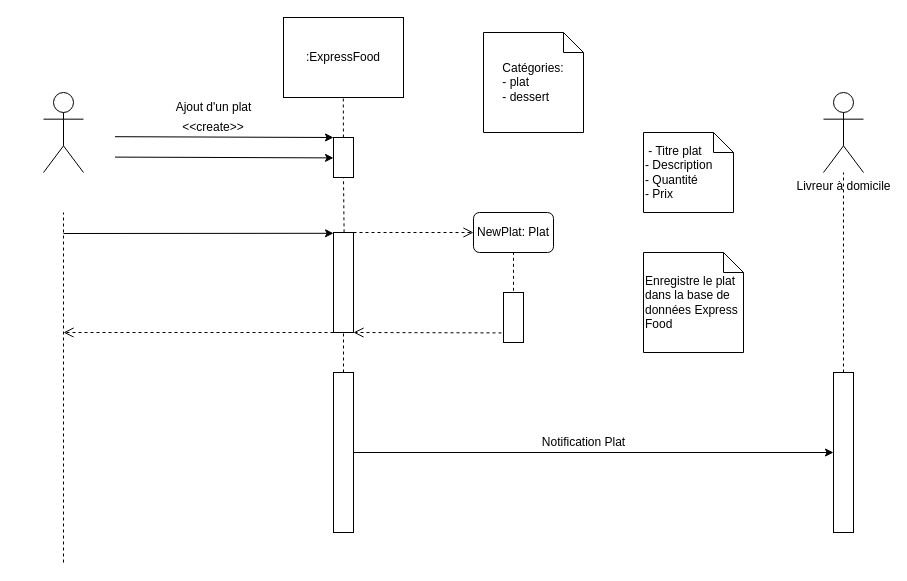
This is sequence diagrams/sequence ajout d'un plat du jour.drawio from AlexisT37/P4-OpenClassrooms, a draw.io file, before an edit. Source tidied: cells renumbered, new cells numbered last; positions are measured from the earlier drawing's top-left corner, leaving out a move shared by most shapes. Both pictures are drawn from the tidied source at 100%, with x=0, y=0 at pixel (43, 17).
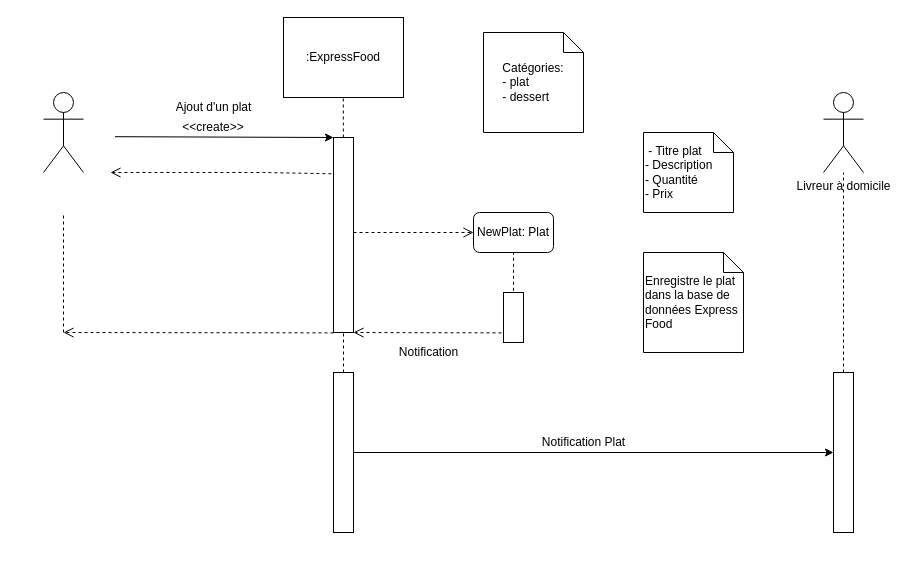
After the change.

The change refers to these unchanged cells:
```xml
<mxCell id="17" style="rounded=0;whiteSpace=wrap;html=1;" parent="1" vertex="1">
  <mxGeometry x="290" y="355" width="20" height="160" as="geometry" />
</mxCell>
<mxCell id="21" style="rounded=0;whiteSpace=wrap;html=1;" parent="1" vertex="1">
  <mxGeometry x="460" y="275" width="20" height="50" as="geometry" />
</mxCell>
<mxCell id="23" value="NewPlat: Plat" style="rounded=1;whiteSpace=wrap;html=1;" parent="1" vertex="1">
  <mxGeometry x="430" y="195" width="80" height="40" as="geometry" />
</mxCell>
```

What changed in the source:
```diff
@@
     <mxCell id="7" style="rounded=0;whiteSpace=wrap;html=1;" parent="1" vertex="1">
-      <mxGeometry x="290" y="120" width="20" height="40" as="geometry" />
+      <mxGeometry x="290" y="120" width="20" height="195" as="geometry" />
     </mxCell>
-    <mxCell id="8" style="endArrow=none;dashed=1;html=1;entryX=0.5;entryY=1;entryDx=0;entryDy=0;exitX=0.52;exitY=0.493;exitDx=0;exitDy=0;exitPerimeter=0;" parent="1" edge="1" target="7">
-      <mxGeometry relative="1" as="geometry">
-        <mxPoint x="300.6" y="214.8" as="sourcePoint" />
-      </mxGeometry>
-    </mxCell>
@@
-    <mxCell id="10" style="text;html=1;align=center;verticalAlign=middle;strokeColor=none;fillColor=none;" parent="1" vertex="1">
-      <mxGeometry x="140" y="160" width="20" height="20" as="geometry" />
-    </mxCell>
@@
-    <mxCell id="12" style="rounded=0;whiteSpace=wrap;html=1;" parent="1" vertex="1">
-      <mxGeometry x="290" y="215" width="20" height="100" as="geometry" />
-    </mxCell>
-    <mxCell id="13" style="endArrow=none;dashed=1;html=1;entryX=0.5;entryY=1;entryDx=0;entryDy=0;exitX=0.5;exitY=0;exitDx=0;exitDy=0;" parent="1" edge="1" source="17" target="12">
-      <mxGeometry relative="1" as="geometry" />
+    <mxCell id="13" style="endArrow=none;dashed=1;html=1;entryX=0.5;entryY=1;entryDx=0;entryDy=0;exitX=0.5;exitY=0;exitDx=0;exitDy=0;" parent="1" edge="1" source="17">
+      <mxGeometry relative="1" as="geometry">
+        <mxPoint x="300" y="315" as="targetPoint" />
+      </mxGeometry>
     </mxCell>
@@
     <mxCell id="25" style="endArrow=none;dashed=1;html=1;" parent="1" edge="1">
       <mxGeometry relative="1" as="geometry">
-        <mxPoint x="20" y="545" as="sourcePoint" />
+        <mxPoint x="20" y="315" as="sourcePoint" />
         <mxPoint x="20" y="195" as="targetPoint" />
       </mxGeometry>
     </mxCell>
-    <mxCell id="26" style="endArrow=classic;html=1;entryX=0;entryY=0;entryDx=0;entryDy=0;exitX=1.076;exitY=0.115;exitDx=0;exitDy=0;exitPerimeter=0;" parent="1" edge="1">
-      <mxGeometry relative="1" as="geometry">
-        <mxPoint x="71.5" y="139.6" as="sourcePoint" />
-        <mxPoint x="290" y="140.4" as="targetPoint" />
-      </mxGeometry>
-    </mxCell>
-    <mxCell id="27" style="endArrow=classic;html=1;entryX=0;entryY=0;entryDx=0;entryDy=0;" parent="1" edge="1">
-      <mxGeometry relative="1" as="geometry">
-        <mxPoint x="20" y="216" as="sourcePoint" />
-        <mxPoint x="290" y="215.8" as="targetPoint" />
-      </mxGeometry>
-    </mxCell>
-    <mxCell id="28" style="html=1;verticalAlign=bottom;endArrow=open;dashed=1;endSize=8;rounded=0;entryX=1;entryY=1;entryDx=0;entryDy=0;exitX=-0.1;exitY=0.808;exitDx=0;exitDy=0;exitPerimeter=0;" parent="1" edge="1" source="21" target="12">
-      <mxGeometry relative="1" as="geometry" />
+    <mxCell id="28" style="html=1;verticalAlign=bottom;endArrow=open;dashed=1;endSize=8;rounded=0;entryX=1;entryY=1;entryDx=0;entryDy=0;exitX=-0.1;exitY=0.808;exitDx=0;exitDy=0;exitPerimeter=0;" parent="1" edge="1" source="21">
+      <mxGeometry relative="1" as="geometry">
+        <mxPoint x="310" y="315" as="targetPoint" />
+      </mxGeometry>
     </mxCell>
-    <mxCell id="29" style="html=1;verticalAlign=bottom;endArrow=open;dashed=1;endSize=8;rounded=0;exitX=0;exitY=1;exitDx=0;exitDy=0;" parent="1" edge="1" source="12">
-      <mxGeometry relative="1" as="geometry">
-        <mxPoint x="20" y="315" as="targetPoint" />
-      </mxGeometry>
-    </mxCell>
-    <mxCell id="30" style="html=1;verticalAlign=bottom;endArrow=open;dashed=1;endSize=8;rounded=0;entryX=0;entryY=0.5;entryDx=0;entryDy=0;exitX=1;exitY=0;exitDx=0;exitDy=0;" parent="1" edge="1" source="12" target="23">
-      <mxGeometry relative="1" as="geometry" />
+    <mxCell id="30" style="html=1;verticalAlign=bottom;endArrow=open;dashed=1;endSize=8;rounded=0;entryX=0;entryY=0.5;entryDx=0;entryDy=0;exitX=1;exitY=0;exitDx=0;exitDy=0;" parent="1" edge="1" target="23">
+      <mxGeometry relative="1" as="geometry">
+        <mxPoint x="310" y="215" as="sourcePoint" />
+      </mxGeometry>
     </mxCell>
+    <mxCell id="31" style="html=1;verticalAlign=bottom;endArrow=open;dashed=1;endSize=8;rounded=0;entryX=1;entryY=1;entryDx=0;entryDy=0;exitX=-0.107;exitY=0.186;exitDx=0;exitDy=0;exitPerimeter=0;" parent="1" edge="1" source="7">
+      <mxGeometry relative="1" as="geometry">
+        <mxPoint x="67" y="155" as="targetPoint" />
+        <Array as="points">
+          <mxPoint x="220" y="155" />
+        </Array>
+      </mxGeometry>
+    </mxCell>
+    <mxCell id="32" value="Notification" style="text;html=1;align=center;verticalAlign=middle;strokeColor=none;fillColor=none;" parent="1" vertex="1">
+      <mxGeometry x="350" y="325" width="70" height="20" as="geometry" />
+    </mxCell>
+    <mxCell id="33" style="html=1;verticalAlign=bottom;endArrow=open;dashed=1;endSize=8;rounded=0;exitX=-0.1;exitY=0.808;exitDx=0;exitDy=0;exitPerimeter=0;" parent="1" edge="1">
+      <mxGeometry relative="1" as="geometry">
+        <mxPoint x="290" y="315.4" as="sourcePoint" />
+        <mxPoint x="20" y="315" as="targetPoint" />
+      </mxGeometry>
+    </mxCell>
```
